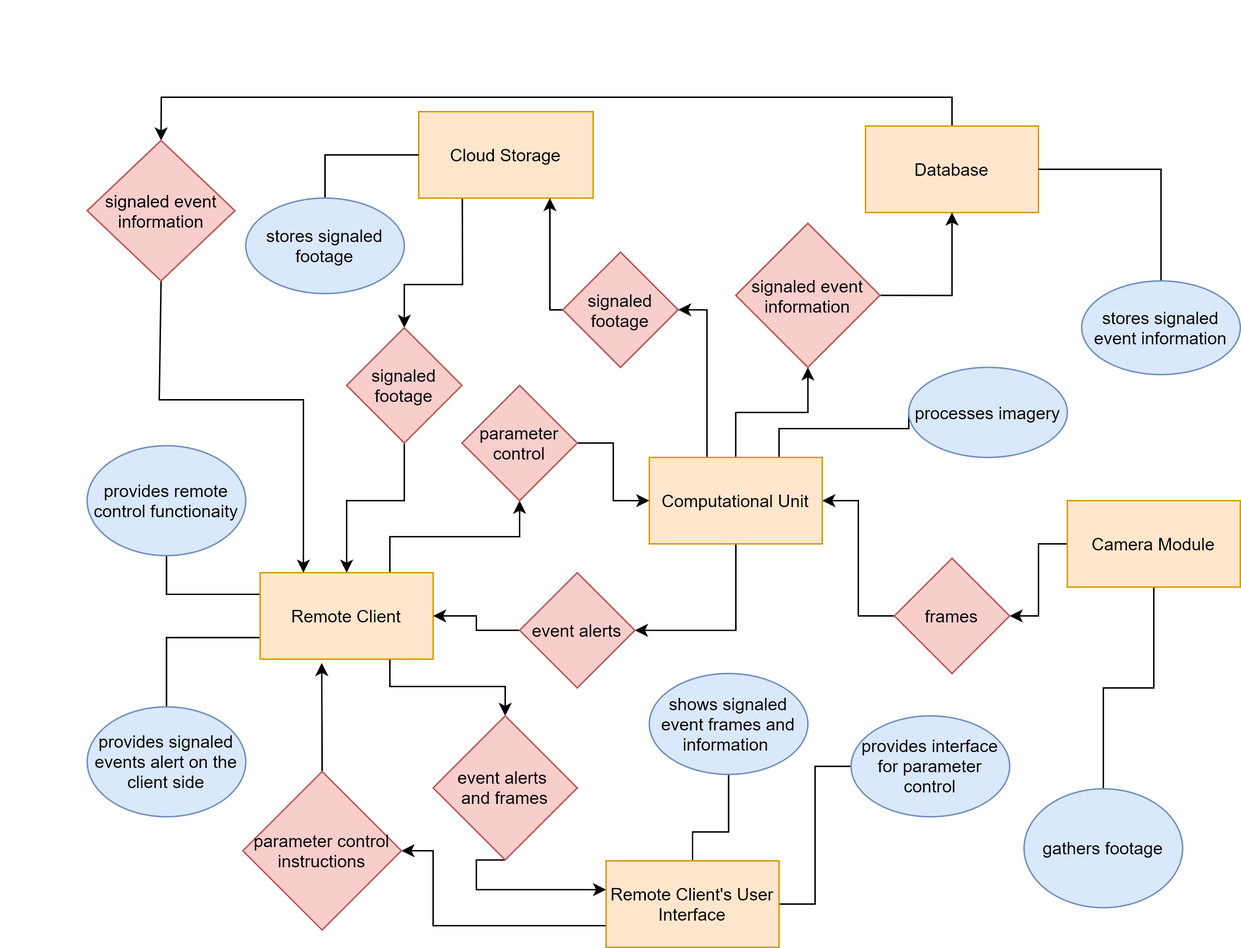
Above: 1. Introduction/1. Problem Statement/problem_statement.png in esrg-silent-howl/argos (draw.io), before the change. Source tidied: cells renumbered, new cells last; positions are measured from the earlier drawing's top-left corner, leaving out a move shared by most shapes.
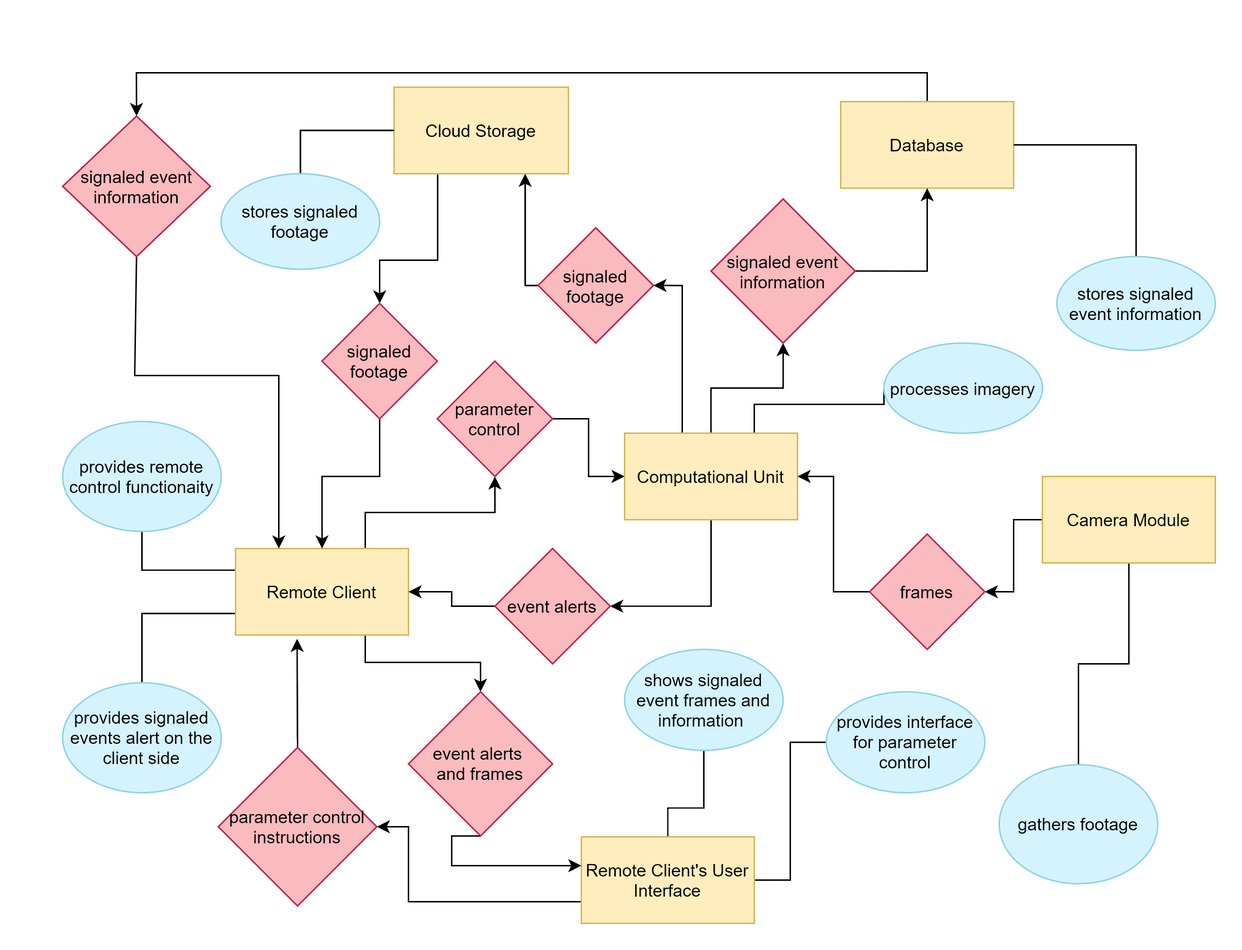
After the commit.

Commit message:
UPDT: Small functional changes to the Hardware Architecture diagram

Change to the diagram source:
```diff
@@ -28,7 +28,7 @@
     <mxCell id="5" style="rounded=0;jettySize=auto;html=1;entryX=0.5;entryY=1;entryDx=0;entryDy=0;endArrow=classic;endFill=1;edgeStyle=orthogonalEdgeStyle;" parent="1" edge="1" source="6" target="36">
       <mxGeometry relative="1" as="geometry" />
     </mxCell>
-    <mxCell id="6" value="Computational Unit&lt;br&gt;" style="rounded=0;whiteSpace=wrap;html=1;fillColor=#ffe6cc;strokeColor=#d79b00;" parent="1" vertex="1">
+    <mxCell id="6" value="Computational Unit&lt;br&gt;" style="rounded=0;whiteSpace=wrap;html=1;fillColor=#FFEDBD;strokeColor=#D6B656;" parent="1" vertex="1">
       <mxGeometry x="390" y="240" width="120" height="60" as="geometry" />
     </mxCell>
     <mxCell id="7" style="rounded=0;jettySize=auto;html=1;entryX=0.5;entryY=1;entryDx=0;entryDy=0;exitX=0.75;exitY=0;exitDx=0;exitDy=0;edgeStyle=orthogonalEdgeStyle;" parent="1" edge="1" source="11" target="29">
@@ -52,7 +52,7 @@
     <mxCell id="10" style="rounded=0;jettySize=auto;html=1;exitX=0;exitY=0.75;exitDx=0;exitDy=0;entryX=0.5;entryY=0;entryDx=0;entryDy=0;endArrow=none;endFill=0;edgeStyle=orthogonalEdgeStyle;" parent="1" edge="1" source="11" target="45">
       <mxGeometry relative="1" as="geometry" />
     </mxCell>
-    <mxCell id="11" value="Remote Client" style="rounded=0;whiteSpace=wrap;html=1;fillColor=#ffe6cc;strokeColor=#d79b00;" parent="1" vertex="1">
+    <mxCell id="11" value="Remote Client" style="rounded=0;whiteSpace=wrap;html=1;fillColor=#FFEDBD;strokeColor=#D6B656;" parent="1" vertex="1">
       <mxGeometry x="120" y="320" width="120" height="60" as="geometry" />
     </mxCell>
     <mxCell id="12" style="rounded=0;jettySize=auto;html=1;entryX=1;entryY=0.5;entryDx=0;entryDy=0;edgeStyle=orthogonalEdgeStyle;" parent="1" edge="1" source="14" target="24">
@@ -61,7 +61,7 @@
     <mxCell id="13" style="rounded=0;jettySize=auto;html=1;exitX=0.5;exitY=1;exitDx=0;exitDy=0;entryX=0.5;entryY=0;entryDx=0;entryDy=0;endArrow=none;endFill=0;edgeStyle=orthogonalEdgeStyle;" parent="1" edge="1" source="14" target="43">
       <mxGeometry relative="1" as="geometry" />
     </mxCell>
-    <mxCell id="14" value="Camera Module" style="rounded=0;whiteSpace=wrap;html=1;fillColor=#ffe6cc;strokeColor=#d79b00;" parent="1" vertex="1">
+    <mxCell id="14" value="Camera Module" style="rounded=0;whiteSpace=wrap;html=1;fillColor=#FFEDBD;strokeColor=#D6B656;" parent="1" vertex="1">
       <mxGeometry x="680" y="270" width="120" height="60" as="geometry" />
     </mxCell>
     <mxCell id="15" style="rounded=0;jettySize=auto;html=1;exitX=0.25;exitY=1;exitDx=0;exitDy=0;entryX=0.5;entryY=0;entryDx=0;entryDy=0;edgeStyle=orthogonalEdgeStyle;" parent="1" edge="1" source="16" target="50">
@@ -72,13 +72,13 @@
         </Array>
       </mxGeometry>
     </mxCell>
-    <mxCell id="16" value="Cloud Storage" style="rounded=0;whiteSpace=wrap;html=1;fillColor=#ffe6cc;strokeColor=#d79b00;" parent="1" vertex="1">
+    <mxCell id="16" value="Cloud Storage" style="rounded=0;whiteSpace=wrap;html=1;fillColor=#FFEDBD;strokeColor=#D6B656;" parent="1" vertex="1">
       <mxGeometry x="230" width="121" height="60" as="geometry" />
     </mxCell>
     <mxCell id="17" style="rounded=0;jettySize=auto;html=1;exitX=0.5;exitY=0;exitDx=0;exitDy=0;entryX=0.5;entryY=0;entryDx=0;entryDy=0;edgeStyle=orthogonalEdgeStyle;" parent="1" edge="1" source="18" target="47">
       <mxGeometry relative="1" as="geometry" />
     </mxCell>
-    <mxCell id="18" value="Database" style="rounded=0;whiteSpace=wrap;html=1;fillColor=#ffe6cc;strokeColor=#d79b00;" parent="1" vertex="1">
+    <mxCell id="18" value="Database" style="rounded=0;whiteSpace=wrap;html=1;fillColor=#FFEDBD;strokeColor=#D6B656;" parent="1" vertex="1">
       <mxGeometry x="540" y="10" width="120" height="60" as="geometry" />
     </mxCell>
     <mxCell id="19" style="rounded=0;jettySize=auto;html=1;entryX=0;entryY=0.5;entryDx=0;entryDy=0;endArrow=none;endFill=0;edgeStyle=orthogonalEdgeStyle;" parent="1" edge="1" source="22" target="39">
@@ -100,28 +100,28 @@
         </Array>
       </mxGeometry>
     </mxCell>
-    <mxCell id="22" value="Remote Client's User Interface" style="rounded=0;whiteSpace=wrap;html=1;fillColor=#ffe6cc;strokeColor=#d79b00;" parent="1" vertex="1">
+    <mxCell id="22" value="Remote Client's User Interface" style="rounded=0;whiteSpace=wrap;html=1;fillColor=#FFEDBD;strokeColor=#D6B656;" parent="1" vertex="1">
       <mxGeometry x="360" y="520" width="120" height="60" as="geometry" />
     </mxCell>
     <mxCell id="23" style="rounded=0;jettySize=auto;html=1;entryX=1;entryY=0.5;entryDx=0;entryDy=0;edgeStyle=orthogonalEdgeStyle;" parent="1" edge="1" source="24" target="6">
       <mxGeometry relative="1" as="geometry" />
     </mxCell>
-    <mxCell id="24" value="frames" style="rhombus;whiteSpace=wrap;html=1;fillColor=#f8cecc;strokeColor=#b85450;" parent="1" vertex="1">
+    <mxCell id="24" value="frames" style="rhombus;whiteSpace=wrap;html=1;fillColor=#FABBBE;strokeColor=#C41949;" parent="1" vertex="1">
       <mxGeometry x="560" y="310" width="80" height="80" as="geometry" />
     </mxCell>
     <mxCell id="25" style="rounded=0;jettySize=auto;html=1;entryX=1;entryY=0.5;entryDx=0;entryDy=0;edgeStyle=orthogonalEdgeStyle;" parent="1" edge="1" source="26" target="11">
       <mxGeometry relative="1" as="geometry" />
     </mxCell>
-    <mxCell id="26" value="event alerts" style="rhombus;whiteSpace=wrap;html=1;fillColor=#f8cecc;strokeColor=#b85450;" parent="1" vertex="1">
+    <mxCell id="26" value="event alerts" style="rhombus;whiteSpace=wrap;html=1;fillColor=#FABBBE;strokeColor=#C41949;" parent="1" vertex="1">
       <mxGeometry x="300" y="320" width="80" height="80" as="geometry" />
     </mxCell>
-    <mxCell id="27" value="processes imagery" style="ellipse;whiteSpace=wrap;html=1;fillColor=#dae8fc;strokeColor=#6c8ebf;" parent="1" vertex="1">
+    <mxCell id="27" value="processes imagery" style="ellipse;whiteSpace=wrap;html=1;fillColor=#D5F3FE;strokeColor=#8CD1E6;" parent="1" vertex="1">
       <mxGeometry x="570" y="177.5" width="110" height="62.5" as="geometry" />
     </mxCell>
     <mxCell id="28" style="rounded=0;jettySize=auto;html=1;exitX=1;exitY=0.5;exitDx=0;exitDy=0;entryX=0;entryY=0.5;entryDx=0;entryDy=0;edgeStyle=orthogonalEdgeStyle;" parent="1" edge="1" source="29" target="6">
       <mxGeometry relative="1" as="geometry" />
     </mxCell>
-    <mxCell id="29" value="parameter&lt;br&gt;control" style="rhombus;whiteSpace=wrap;html=1;fillColor=#f8cecc;strokeColor=#b85450;" parent="1" vertex="1">
+    <mxCell id="29" value="parameter&lt;br&gt;control" style="rhombus;whiteSpace=wrap;html=1;fillColor=#FABBBE;strokeColor=#C41949;" parent="1" vertex="1">
       <mxGeometry x="260" y="190" width="80" height="80" as="geometry" />
     </mxCell>
     <mxCell id="30" style="rounded=0;jettySize=auto;html=1;edgeStyle=orthogonalEdgeStyle;" parent="1" edge="1" source="31">
@@ -132,7 +132,7 @@
         </Array>
       </mxGeometry>
     </mxCell>
-    <mxCell id="31" value="signaled footage" style="rhombus;whiteSpace=wrap;html=1;fillColor=#f8cecc;strokeColor=#b85450;" parent="1" vertex="1">
+    <mxCell id="31" value="signaled footage" style="rhombus;whiteSpace=wrap;html=1;fillColor=#FABBBE;strokeColor=#C41949;" parent="1" vertex="1">
       <mxGeometry x="330" y="97.5" width="80" height="80" as="geometry" />
     </mxCell>
     <mxCell id="32" style="rounded=0;jettySize=auto;html=1;endArrow=none;endFill=0;edgeStyle=orthogonalEdgeStyle;entryX=0;entryY=0.5;entryDx=0;entryDy=0;" parent="1" edge="1" source="48" target="16">
@@ -145,13 +145,13 @@
     <mxCell id="33" style="rounded=0;jettySize=auto;html=1;exitX=0.5;exitY=0;exitDx=0;exitDy=0;endArrow=none;endFill=0;entryX=1;entryY=0.5;entryDx=0;entryDy=0;edgeStyle=orthogonalEdgeStyle;" parent="1" edge="1" source="34" target="18">
       <mxGeometry relative="1" as="geometry" />
     </mxCell>
-    <mxCell id="34" value="stores signaled event information" style="ellipse;whiteSpace=wrap;html=1;fillColor=#dae8fc;strokeColor=#6c8ebf;" parent="1" vertex="1">
+    <mxCell id="34" value="stores signaled event information" style="ellipse;whiteSpace=wrap;html=1;fillColor=#D5F3FE;strokeColor=#8CD1E6;" parent="1" vertex="1">
       <mxGeometry x="690" y="117.5" width="110" height="65" as="geometry" />
     </mxCell>
     <mxCell id="35" style="rounded=0;jettySize=auto;html=1;exitX=1;exitY=0.5;exitDx=0;exitDy=0;entryX=0.5;entryY=1;entryDx=0;entryDy=0;endArrow=classic;endFill=1;edgeStyle=orthogonalEdgeStyle;" parent="1" edge="1" source="36" target="18">
       <mxGeometry relative="1" as="geometry" />
     </mxCell>
-    <mxCell id="36" value="signaled event information" style="rhombus;whiteSpace=wrap;html=1;fillColor=#f8cecc;strokeColor=#b85450;" parent="1" vertex="1">
+    <mxCell id="36" value="signaled event information" style="rhombus;whiteSpace=wrap;html=1;fillColor=#FABBBE;strokeColor=#C41949;" parent="1" vertex="1">
       <mxGeometry x="450" y="77.5" width="100" height="100" as="geometry" />
     </mxCell>
     <mxCell id="37" style="rounded=0;jettySize=auto;html=1;exitX=0.5;exitY=1;exitDx=0;exitDy=0;endArrow=classic;endFill=1;edgeStyle=orthogonalEdgeStyle;" parent="1" edge="1" source="38">
@@ -162,13 +162,13 @@
         </Array>
       </mxGeometry>
     </mxCell>
-    <mxCell id="38" value="event alerts &lt;br&gt;and frames" style="rhombus;whiteSpace=wrap;html=1;fillColor=#f8cecc;strokeColor=#b85450;" parent="1" vertex="1">
+    <mxCell id="38" value="event alerts &lt;br&gt;and frames" style="rhombus;whiteSpace=wrap;html=1;fillColor=#FABBBE;strokeColor=#C41949;" parent="1" vertex="1">
       <mxGeometry x="240" y="419.4" width="100" height="100" as="geometry" />
     </mxCell>
-    <mxCell id="39" value="provides interface for parameter control" style="ellipse;whiteSpace=wrap;html=1;fillColor=#dae8fc;strokeColor=#6c8ebf;" parent="1" vertex="1">
+    <mxCell id="39" value="provides interface for parameter control" style="ellipse;whiteSpace=wrap;html=1;fillColor=#D5F3FE;strokeColor=#8CD1E6;" parent="1" vertex="1">
       <mxGeometry x="530" y="419.4" width="110" height="70" as="geometry" />
     </mxCell>
-    <mxCell id="40" value="shows signaled event frames and information&amp;nbsp;" style="ellipse;whiteSpace=wrap;html=1;fillColor=#dae8fc;strokeColor=#6c8ebf;" parent="1" vertex="1">
+    <mxCell id="40" value="shows signaled event frames and information&amp;nbsp;" style="ellipse;whiteSpace=wrap;html=1;fillColor=#D5F3FE;strokeColor=#8CD1E6;" parent="1" vertex="1">
       <mxGeometry x="390" y="390" width="110" height="70" as="geometry" />
     </mxCell>
     <mxCell id="41" style="rounded=0;jettySize=auto;html=1;entryX=0.356;entryY=1.044;entryDx=0;entryDy=0;endArrow=classic;endFill=1;edgeStyle=orthogonalEdgeStyle;exitX=0.5;exitY=0;exitDx=0;exitDy=0;entryPerimeter=0;" parent="1" edge="1" source="42" target="11">
@@ -178,16 +178,16 @@
         </Array>
       </mxGeometry>
     </mxCell>
-    <mxCell id="42" value="parameter control instructions" style="rhombus;whiteSpace=wrap;html=1;fillColor=#f8cecc;strokeColor=#b85450;" parent="1" vertex="1">
+    <mxCell id="42" value="parameter control instructions" style="rhombus;whiteSpace=wrap;html=1;fillColor=#FABBBE;strokeColor=#C41949;" parent="1" vertex="1">
       <mxGeometry x="108" y="458" width="110" height="110" as="geometry" />
     </mxCell>
-    <mxCell id="43" value="gathers footage" style="ellipse;whiteSpace=wrap;html=1;fillColor=#dae8fc;strokeColor=#6c8ebf;" parent="1" vertex="1">
+    <mxCell id="43" value="gathers footage" style="ellipse;whiteSpace=wrap;html=1;fillColor=#D5F3FE;strokeColor=#8CD1E6;" parent="1" vertex="1">
       <mxGeometry x="650" y="470" width="110" height="82.5" as="geometry" />
     </mxCell>
-    <mxCell id="44" value="provides remote control functionaity" style="ellipse;whiteSpace=wrap;html=1;fillColor=#dae8fc;strokeColor=#6c8ebf;" parent="1" vertex="1">
+    <mxCell id="44" value="provides remote control functionaity" style="ellipse;whiteSpace=wrap;html=1;fillColor=#D5F3FE;strokeColor=#8CD1E6;" parent="1" vertex="1">
       <mxGeometry y="231.9" width="110" height="76.3" as="geometry" />
     </mxCell>
-    <mxCell id="45" value="provides signaled events alert on the client side" style="ellipse;whiteSpace=wrap;html=1;fillColor=#dae8fc;strokeColor=#6c8ebf;" parent="1" vertex="1">
+    <mxCell id="45" value="provides signaled events alert on the client side" style="ellipse;whiteSpace=wrap;html=1;fillColor=#D5F3FE;strokeColor=#8CD1E6;" parent="1" vertex="1">
       <mxGeometry y="413.1" width="110" height="76.3" as="geometry" />
     </mxCell>
     <mxCell id="46" style="rounded=0;jettySize=auto;html=1;entryX=0.25;entryY=0;entryDx=0;entryDy=0;edgeStyle=orthogonalEdgeStyle;exitX=0.5;exitY=1;exitDx=0;exitDy=0;" parent="1" edge="1" source="47" target="11">
@@ -198,10 +198,10 @@
         </Array>
       </mxGeometry>
     </mxCell>
-    <mxCell id="47" value="signaled event information" style="rhombus;whiteSpace=wrap;html=1;fillColor=#f8cecc;strokeColor=#b85450;" parent="1" vertex="1">
+    <mxCell id="47" value="signaled event information" style="rhombus;whiteSpace=wrap;html=1;fillColor=#FABBBE;strokeColor=#C41949;" parent="1" vertex="1">
       <mxGeometry y="20" width="102.5" height="97.5" as="geometry" />
     </mxCell>
-    <mxCell id="48" value="stores signaled footage" style="ellipse;whiteSpace=wrap;html=1;fillColor=#dae8fc;strokeColor=#6c8ebf;" parent="1" vertex="1">
+    <mxCell id="48" value="stores signaled footage" style="ellipse;whiteSpace=wrap;html=1;fillColor=#D5F3FE;strokeColor=#8CD1E6;" parent="1" vertex="1">
       <mxGeometry x="110" y="60" width="110" height="66.2" as="geometry" />
     </mxCell>
     <mxCell id="49" style="edgeStyle=orthogonalEdgeStyle;rounded=0;jettySize=auto;html=1;exitX=0.5;exitY=1;exitDx=0;exitDy=0;entryX=0.5;entryY=0;entryDx=0;entryDy=0;strokeColor=#000000;" parent="1" edge="1" source="50" target="11">
@@ -212,7 +212,7 @@
         </Array>
       </mxGeometry>
     </mxCell>
-    <mxCell id="50" value="signaled footage" style="rhombus;whiteSpace=wrap;html=1;fillColor=#f8cecc;strokeColor=#b85450;" parent="1" vertex="1">
+    <mxCell id="50" value="signaled footage" style="rhombus;whiteSpace=wrap;html=1;fillColor=#FABBBE;strokeColor=#C41949;" parent="1" vertex="1">
       <mxGeometry x="180" y="150" width="80" height="80" as="geometry" />
     </mxCell>
   </root>
```
